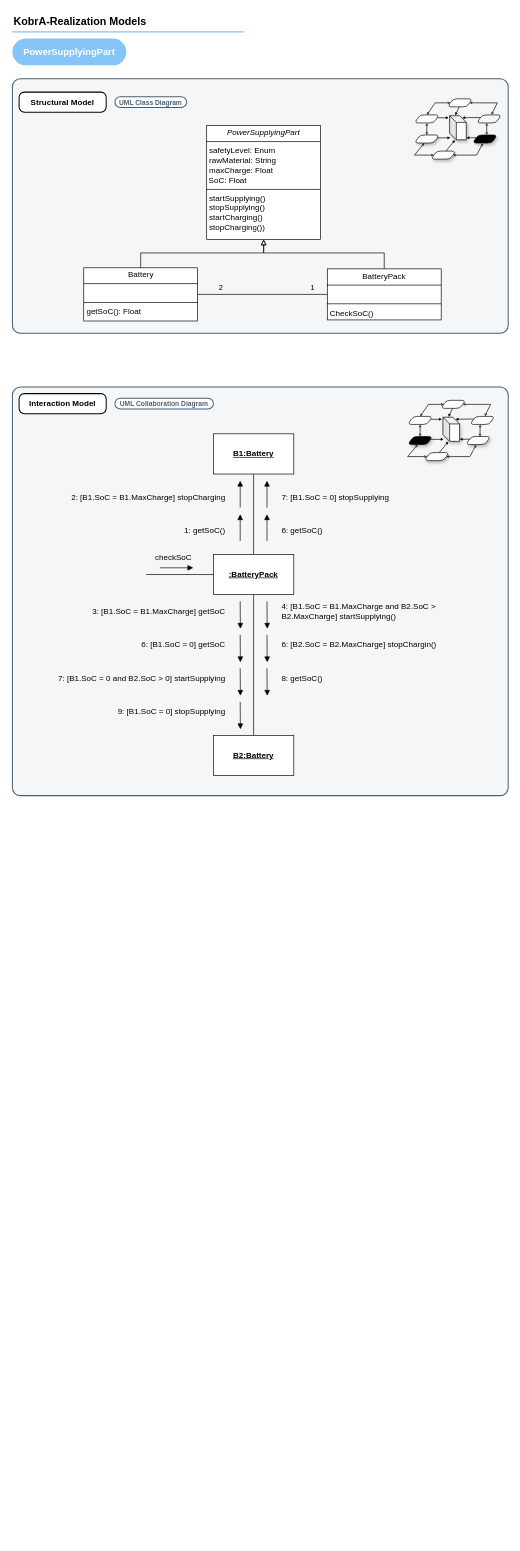
Before: KobrA-Realization-Models-PowerSupplyingPart-v3.drawio in Mohammad-Si/convide-A02-MVE, a draw.io diagram. Source tidied: cells renumbered, new cells numbered last; positions are measured from the earlier drawing's top-left corner, leaving out a move shared by most shapes. Both pictures are drawn from the tidied source at 67%, with x=0, y=0 at pixel (12, 11).
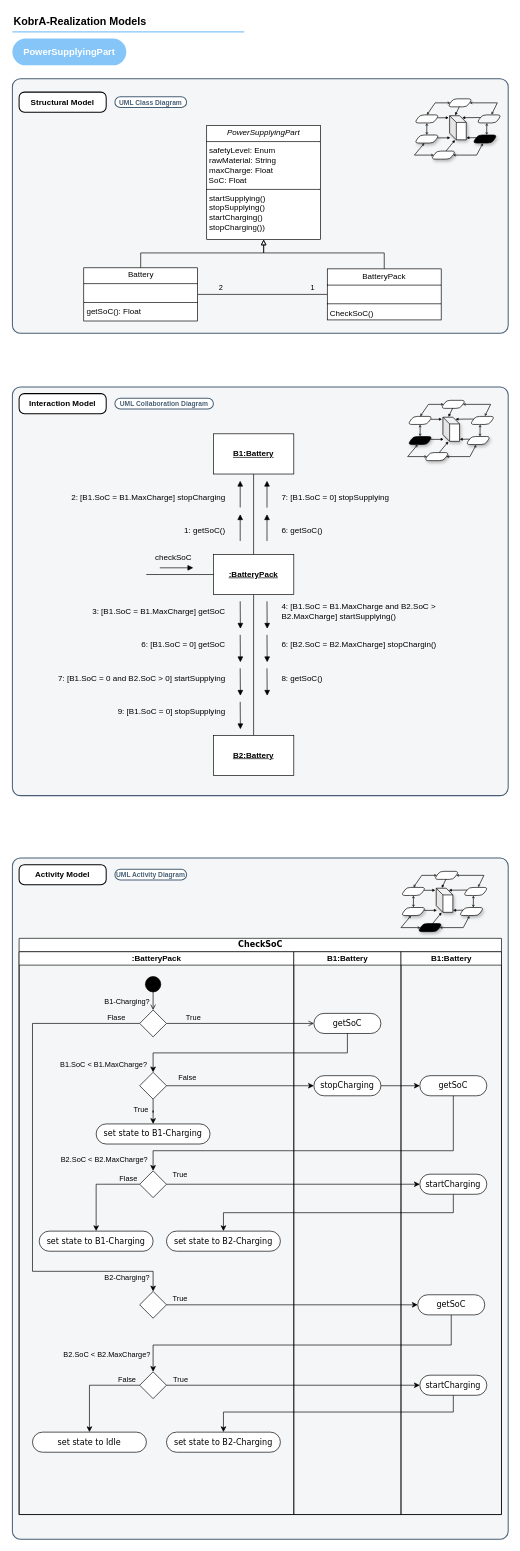
The same diagram, later.

What changed in the source:
```diff
@@
+    <mxCell id="93" style="rounded=1;whiteSpace=wrap;html=1;strokeColor=#475E75;fillColor=#F5F6F7;arcSize=24;absoluteArcSize=1;imageWidth=64;imageHeight=64;strokeWidth=1.5;" parent="1" vertex="1">
+      <mxGeometry y="1263" width="740" height="1017" as="geometry" />
+    </mxCell>
+    <mxCell id="94" value="&lt;b&gt;Activity Model&lt;/b&gt;" style="rounded=1;whiteSpace=wrap;html=1;strokeWidth=1.5;arcSize=16;perimeterSpacing=0;absoluteArcSize=1;" parent="1" vertex="1">
+      <mxGeometry x="10" y="1273" width="130" height="30" as="geometry" />
+    </mxCell>
+    <mxCell id="95" style="group;glass=0;shadow=0;fillColor=none;" parent="1" vertex="1">
+      <mxGeometry x="580" y="1283" width="130" height="90" as="geometry" />
+    </mxCell>
+    <mxCell id="96" style="shape=parallelogram;html=1;strokeWidth=1;perimeter=parallelogramPerimeter;whiteSpace=wrap;rounded=1;arcSize=12;size=0.23;shadow=0;" parent="95" vertex="1">
+      <mxGeometry x="92.9" y="24" width="37.1" height="12" as="geometry" />
+    </mxCell>
+    <mxCell id="97" style="shape=parallelogram;html=1;strokeWidth=1;perimeter=parallelogramPerimeter;whiteSpace=wrap;rounded=1;arcSize=12;size=0.23;shadow=0;" parent="95" vertex="1">
+      <mxGeometry x="49.5" width="37.1" height="12" as="geometry" />
+    </mxCell>
+    <mxCell id="98" style="shape=parallelogram;html=1;strokeWidth=1;perimeter=parallelogramPerimeter;whiteSpace=wrap;rounded=1;arcSize=12;size=0.23;shadow=0;" parent="95" vertex="1">
+      <mxGeometry y="24" width="37.1" height="12" as="geometry" />
+    </mxCell>
+    <mxCell id="99" style="edgeStyle=isometricEdgeStyle;endArrow=none;html=1;elbow=vertical;rounded=0;entryX=1;entryY=0.5;entryDx=0;entryDy=0;exitX=1;exitY=0.5;exitDx=0;exitDy=0;" parent="95" edge="1" source="97" target="97">
+      <mxGeometry relative="1" as="geometry" />
+    </mxCell>
+    <mxCell id="100" style="endArrow=open;html=1;rounded=0;endSize=2;entryX=1;entryY=0.5;entryDx=0;entryDy=0;exitX=0.598;exitY=-0.024;exitDx=0;exitDy=0;exitPerimeter=0;startArrow=open;startFill=0;endFill=0;startSize=2;" parent="95" edge="1" source="96" target="97">
+      <mxGeometry relative="1" as="geometry">
+        <Array as="points">
+          <mxPoint x="123.8" y="6" />
+        </Array>
+      </mxGeometry>
+    </mxCell>
+    <mxCell id="101" style="endArrow=open;html=1;rounded=0;endSize=2;entryX=0;entryY=0.5;entryDx=0;entryDy=0;exitX=0.5;exitY=0;exitDx=0;exitDy=0;strokeColor=default;align=center;verticalAlign=middle;fontFamily=Helvetica;fontSize=11;fontColor=default;labelBackgroundColor=default;startArrow=open;startFill=0;startSize=2;endFill=0;" parent="95" edge="1" source="98" target="97">
+      <mxGeometry relative="1" as="geometry">
+        <Array as="points">
+          <mxPoint x="31" y="6" />
+        </Array>
+      </mxGeometry>
+    </mxCell>
+    <mxCell id="102" style="shape=cube;whiteSpace=wrap;html=1;boundedLbl=1;backgroundOutline=1;darkOpacity=0.05;darkOpacity2=0.1;size=10;shadow=1;" parent="95" vertex="1">
+      <mxGeometry x="52.6" y="25.2" width="24.8" height="36" as="geometry" />
+    </mxCell>
+    <mxCell id="103" style="endArrow=block;html=1;rounded=0;exitX=0.475;exitY=0.969;exitDx=0;exitDy=0;exitPerimeter=0;entryX=0.332;entryY=-0.012;entryDx=0;entryDy=0;entryPerimeter=0;endSize=2;strokeColor=default;align=center;verticalAlign=middle;fontFamily=Helvetica;fontSize=11;fontColor=default;labelBackgroundColor=default;endFill=1;" parent="95" edge="1" source="97" target="102">
+      <mxGeometry relative="1" as="geometry" />
+    </mxCell>
+    <mxCell id="104" style="endArrow=block;html=1;rounded=0;exitX=0;exitY=0.25;exitDx=0;exitDy=0;entryX=0.753;entryY=0.083;entryDx=0;entryDy=0;entryPerimeter=0;endSize=2;strokeColor=default;align=center;verticalAlign=middle;fontFamily=Helvetica;fontSize=11;fontColor=default;labelBackgroundColor=default;endFill=1;" parent="95" edge="1" source="96" target="102">
+      <mxGeometry relative="1" as="geometry" />
+    </mxCell>
+    <mxCell id="105" style="endArrow=block;html=1;rounded=0;exitX=0.93;exitY=0.361;exitDx=0;exitDy=0;entryX=-0.052;entryY=0.085;entryDx=0;entryDy=0;entryPerimeter=0;endSize=2;exitPerimeter=0;endFill=1;" parent="95" edge="1" source="98" target="102">
+      <mxGeometry relative="1" as="geometry" />
+    </mxCell>
+    <mxCell id="106" style="shape=parallelogram;html=1;strokeWidth=1;perimeter=parallelogramPerimeter;whiteSpace=wrap;rounded=1;arcSize=12;size=0.23;shadow=1;" parent="95" vertex="1">
+      <mxGeometry x="86.7" y="54" width="37.1" height="12" as="geometry" />
+    </mxCell>
+    <mxCell id="107" style="shape=parallelogram;html=1;strokeWidth=1;perimeter=parallelogramPerimeter;whiteSpace=wrap;rounded=1;arcSize=12;size=0.23;shadow=1;strokeColor=#000000;fillColor=#000000;" parent="95" vertex="1">
+      <mxGeometry x="24.8" y="78" width="37.1" height="12" as="geometry" />
+    </mxCell>
+    <mxCell id="108" style="shape=parallelogram;html=1;strokeWidth=1;perimeter=parallelogramPerimeter;whiteSpace=wrap;rounded=1;arcSize=12;size=0.23;shadow=1;" parent="95" vertex="1">
+      <mxGeometry y="54" width="37.1" height="12" as="geometry" />
+    </mxCell>
+    <mxCell id="109" style="edgeStyle=isometricEdgeStyle;endArrow=none;html=1;elbow=vertical;rounded=0;entryX=1;entryY=0.5;entryDx=0;entryDy=0;exitX=1;exitY=0.5;exitDx=0;exitDy=0;" parent="95" edge="1" source="107" target="107">
+      <mxGeometry relative="1" as="geometry" />
+    </mxCell>
+    <mxCell id="110" style="endArrow=open;html=1;rounded=0;endSize=2;entryX=1;entryY=0.5;entryDx=0;entryDy=0;exitX=0.421;exitY=1.024;exitDx=0;exitDy=0;exitPerimeter=0;strokeColor=default;align=center;verticalAlign=middle;fontFamily=Helvetica;fontSize=11;fontColor=default;labelBackgroundColor=default;startArrow=open;startFill=0;startSize=2;endFill=0;" parent="95" edge="1" source="106" target="107">
+      <mxGeometry relative="1" as="geometry">
+        <Array as="points">
+          <mxPoint x="92.9" y="84" />
+        </Array>
+      </mxGeometry>
+    </mxCell>
+    <mxCell id="111" style="endArrow=open;html=1;rounded=0;endSize=2;entryX=0;entryY=0.5;entryDx=0;entryDy=0;exitX=0.405;exitY=1.002;exitDx=0;exitDy=0;exitPerimeter=0;strokeColor=default;align=center;verticalAlign=middle;fontFamily=Helvetica;fontSize=11;fontColor=default;labelBackgroundColor=default;startArrow=open;startFill=0;startSize=2;endFill=0;" parent="95" edge="1" source="108" target="107">
+      <mxGeometry relative="1" as="geometry">
+        <Array as="points">
+          <mxPoint y="84" />
+        </Array>
+      </mxGeometry>
+    </mxCell>
+    <mxCell id="112" style="endArrow=block;html=1;rounded=0;exitX=0.605;exitY=-0.013;exitDx=0;exitDy=0;exitPerimeter=0;entryX=0.326;entryY=1.008;entryDx=0;entryDy=0;entryPerimeter=0;endSize=2;strokeColor=default;align=center;verticalAlign=middle;fontFamily=Helvetica;fontSize=11;fontColor=default;labelBackgroundColor=default;endFill=1;" parent="95" edge="1" source="107" target="102">
+      <mxGeometry relative="1" as="geometry" />
+    </mxCell>
+    <mxCell id="113" style="endArrow=block;html=1;rounded=0;exitX=0;exitY=0.25;exitDx=0;exitDy=0;endSize=2;entryX=1.006;entryY=0.917;entryDx=0;entryDy=0;entryPerimeter=0;strokeColor=default;align=center;verticalAlign=middle;fontFamily=Helvetica;fontSize=11;fontColor=default;labelBackgroundColor=default;endFill=1;" parent="95" edge="1" source="106" target="102">
+      <mxGeometry relative="1" as="geometry" />
+    </mxCell>
+    <mxCell id="114" style="endArrow=block;html=1;rounded=0;exitX=0.93;exitY=0.361;exitDx=0;exitDy=0;entryX=0.047;entryY=0.917;entryDx=0;entryDy=0;entryPerimeter=0;endSize=2;exitPerimeter=0;strokeColor=default;align=center;verticalAlign=middle;fontFamily=Helvetica;fontSize=11;fontColor=default;labelBackgroundColor=default;endFill=1;" parent="95" edge="1" source="108" target="102">
+      <mxGeometry relative="1" as="geometry" />
+    </mxCell>
+    <mxCell id="115" style="endArrow=open;startArrow=open;html=1;rounded=0;entryX=0.5;entryY=1;entryDx=0;entryDy=0;exitX=0.5;exitY=0;exitDx=0;exitDy=0;endSize=2;startSize=2;startFill=0;endFill=0;" parent="95" edge="1" source="108" target="98">
+      <mxGeometry relative="1" as="geometry" />
+    </mxCell>
+    <mxCell id="116" style="endArrow=open;startArrow=open;html=1;rounded=0;entryX=0.409;entryY=0.996;entryDx=0;entryDy=0;exitX=0.572;exitY=0.009;exitDx=0;exitDy=0;endSize=2;startSize=2;startFill=0;endFill=0;entryPerimeter=0;exitPerimeter=0;" parent="95" edge="1" source="106" target="96">
+      <mxGeometry relative="1" as="geometry" />
+    </mxCell>
+    <mxCell id="117" value="&lt;font size=&quot;1&quot; color=&quot;#475f75&quot;&gt;&lt;b style=&quot;&quot;&gt;UML Activity Diagram&lt;/b&gt;&lt;/font&gt;" style="rounded=1;whiteSpace=wrap;html=1;arcSize=50;strokeColor=#475f75;fillColor=default;strokeWidth=1.5;" parent="1" vertex="1">
+      <mxGeometry x="153" y="1280" width="107" height="16" as="geometry" />
+    </mxCell>
+    <mxCell id="118" value="CheckSoC" style="swimlane;html=1;startSize=20;rounded=0;shadow=0;comic=0;labelBackgroundColor=none;strokeWidth=1;fontFamily=Verdana;fontSize=12;align=center;" parent="1" vertex="1">
+      <mxGeometry x="10" y="1383" width="720" height="860" as="geometry" />
+    </mxCell>
+    <mxCell id="119" value=":BatteryPack" style="swimlane;html=1;startSize=20;" parent="118" vertex="1">
+      <mxGeometry y="20" width="410" height="840" as="geometry" />
+    </mxCell>
+    <mxCell id="120" value="set state to B1-Charging" style="rounded=1;whiteSpace=wrap;html=1;shadow=0;comic=0;labelBackgroundColor=none;strokeWidth=1;fontFamily=Verdana;fontSize=12;align=center;arcSize=50;" parent="119" vertex="1">
+      <mxGeometry x="115" y="257" width="170" height="30" as="geometry" />
+    </mxCell>
+    <mxCell id="121" style="rhombus;whiteSpace=wrap;html=1;" parent="119" vertex="1">
+      <mxGeometry x="180" y="507" width="40" height="40" as="geometry" />
+    </mxCell>
+    <mxCell id="122" style="rhombus;whiteSpace=wrap;html=1;" parent="119" vertex="1">
+      <mxGeometry x="180" y="627" width="40" height="40" as="geometry" />
+    </mxCell>
+    <mxCell id="123" value="set state to B2-Charging" style="rounded=1;whiteSpace=wrap;html=1;shadow=0;comic=0;labelBackgroundColor=none;strokeWidth=1;fontFamily=Verdana;fontSize=12;align=center;arcSize=50;" parent="119" vertex="1">
+      <mxGeometry x="220" y="717" width="170" height="30" as="geometry" />
+    </mxCell>
+    <mxCell id="124" value="B1:Battery" style="swimlane;html=1;startSize=20;" parent="118" vertex="1">
+      <mxGeometry x="410" y="20" width="160" height="840" as="geometry" />
+    </mxCell>
+    <mxCell id="125" value="getSoC" style="rounded=1;whiteSpace=wrap;html=1;shadow=0;comic=0;labelBackgroundColor=none;strokeWidth=1;fontFamily=Verdana;fontSize=12;align=center;arcSize=50;" parent="124" vertex="1">
+      <mxGeometry x="30" y="92" width="100" height="30" as="geometry" />
+    </mxCell>
+    <mxCell id="126" value="B1:Battery" style="swimlane;html=1;startSize=20;" parent="118" vertex="1">
+      <mxGeometry x="570" y="20" width="150" height="840" as="geometry" />
+    </mxCell>
+    <mxCell id="127" value="getSoC" style="rounded=1;whiteSpace=wrap;html=1;shadow=0;comic=0;labelBackgroundColor=none;strokeWidth=1;fontFamily=Verdana;fontSize=12;align=center;arcSize=50;" parent="126" vertex="1">
+      <mxGeometry x="28.1" y="185" width="100" height="30" as="geometry" />
+    </mxCell>
+    <mxCell id="128" value="startCharging" style="rounded=1;whiteSpace=wrap;html=1;shadow=0;comic=0;labelBackgroundColor=none;strokeWidth=1;fontFamily=Verdana;fontSize=12;align=center;arcSize=50;" parent="126" vertex="1">
+      <mxGeometry x="28.1" y="632" width="100" height="30" as="geometry" />
+    </mxCell>
+    <mxCell id="129" style="edgeStyle=orthogonalEdgeStyle;rounded=0;jettySize=auto;html=1;entryX=0;entryY=0.5;entryDx=0;entryDy=0;" parent="118" edge="1" source="122" target="128">
+      <mxGeometry relative="1" as="geometry" />
+    </mxCell>
+    <mxCell id="130" value="True" style="edgeLabel;html=1;align=center;verticalAlign=middle;labelBackgroundColor=none;" parent="129" vertex="1">
+      <mxGeometry x="-0.79" relative="1" as="geometry">
+        <mxPoint x="-20" y="-10" as="offset" />
+      </mxGeometry>
+    </mxCell>
+    <mxCell id="131" style="edgeStyle=orthogonalEdgeStyle;rounded=0;jettySize=auto;html=1;entryX=0.5;entryY=0;entryDx=0;entryDy=0;" parent="118" edge="1" source="128" target="123">
+      <mxGeometry relative="1" as="geometry">
+        <Array as="points">
+          <mxPoint x="648" y="707" />
+          <mxPoint x="305" y="707" />
+        </Array>
+      </mxGeometry>
+    </mxCell>
+    <mxCell id="132" style="edgeStyle=orthogonalEdgeStyle;rounded=0;jettySize=auto;html=1;entryX=0;entryY=0.5;entryDx=0;entryDy=0;" parent="1" edge="1" source="133" target="127">
+      <mxGeometry relative="1" as="geometry" />
+    </mxCell>
+    <mxCell id="133" value="stopCharging" style="rounded=1;whiteSpace=wrap;html=1;shadow=0;comic=0;labelBackgroundColor=none;strokeWidth=1;fontFamily=Verdana;fontSize=12;align=center;arcSize=50;" parent="1" vertex="1">
+      <mxGeometry x="450" y="1588" width="100" height="30" as="geometry" />
+    </mxCell>
+    <mxCell id="134" style="edgeStyle=orthogonalEdgeStyle;rounded=0;jettySize=auto;html=1;entryX=0.5;entryY=0;entryDx=0;entryDy=0;endArrow=open;endFill=0;" parent="1" edge="1" source="136">
+      <mxGeometry relative="1" as="geometry">
+        <mxPoint x="210" y="1490" as="targetPoint" />
+      </mxGeometry>
+    </mxCell>
+    <mxCell id="135" value="B1-Charging?" style="edgeLabel;html=1;align=center;verticalAlign=middle;labelBackgroundColor=none;" parent="134" vertex="1">
+      <mxGeometry x="-0.05" relative="1" as="geometry">
+        <mxPoint x="-40" as="offset" />
+      </mxGeometry>
+    </mxCell>
+    <mxCell id="136" style="ellipse;whiteSpace=wrap;html=1;rounded=0;shadow=0;comic=0;labelBackgroundColor=none;strokeWidth=1;fillColor=#000000;fontFamily=Verdana;fontSize=12;align=center;" parent="1" vertex="1">
+      <mxGeometry x="198.5" y="1440" width="23" height="23" as="geometry" />
+    </mxCell>
+    <mxCell id="137" style="edgeStyle=orthogonalEdgeStyle;rounded=0;jettySize=auto;html=1;endArrow=open;endFill=0;" parent="1" edge="1" source="142" target="125">
+      <mxGeometry relative="1" as="geometry" />
+    </mxCell>
+    <mxCell id="138" value="True" style="edgeLabel;html=1;align=center;verticalAlign=middle;labelBackgroundColor=none;" parent="137" vertex="1">
+      <mxGeometry x="-0.66" y="-1" relative="1" as="geometry">
+        <mxPoint x="2" y="-11" as="offset" />
+      </mxGeometry>
+    </mxCell>
+    <mxCell id="139" style="edgeStyle=orthogonalEdgeStyle;rounded=0;jettySize=auto;html=1;entryX=0.5;entryY=0;entryDx=0;entryDy=0;" parent="1" edge="1" source="142" target="121">
+      <mxGeometry relative="1" as="geometry">
+        <Array as="points">
+          <mxPoint x="30" y="1510" />
+          <mxPoint x="30" y="1880" />
+          <mxPoint x="210" y="1880" />
+        </Array>
+      </mxGeometry>
+    </mxCell>
+    <mxCell id="140" value="Flase" style="edgeLabel;html=1;align=center;verticalAlign=middle;labelBackgroundColor=none;" parent="139" vertex="1">
+      <mxGeometry x="-0.88" y="1" relative="1" as="geometry">
+        <mxPoint x="8" y="-11" as="offset" />
+      </mxGeometry>
+    </mxCell>
+    <mxCell id="141" value="B2-Charging?" style="edgeLabel;html=1;align=center;verticalAlign=middle;labelBackgroundColor=none;" parent="139" vertex="1">
+      <mxGeometry x="0.94" relative="1" as="geometry">
+        <mxPoint x="-40" as="offset" />
+      </mxGeometry>
+    </mxCell>
+    <mxCell id="142" style="rhombus;whiteSpace=wrap;html=1;" parent="1" vertex="1">
+      <mxGeometry x="190" y="1490" width="40" height="40" as="geometry" />
+    </mxCell>
+    <mxCell id="143" style="edgeStyle=orthogonalEdgeStyle;rounded=0;jettySize=auto;html=1;entryX=0.5;entryY=0;entryDx=0;entryDy=0;" parent="1" edge="1" source="147" target="120">
+      <mxGeometry relative="1" as="geometry" />
+    </mxCell>
+    <mxCell id="144" value="True" style="edgeLabel;html=1;align=center;verticalAlign=middle;labelBackgroundColor=none;" parent="143" vertex="1">
+      <mxGeometry x="-0.31" relative="1" as="geometry">
+        <mxPoint x="-19" as="offset" />
+      </mxGeometry>
+    </mxCell>
+    <mxCell id="145" style="edgeStyle=orthogonalEdgeStyle;rounded=0;jettySize=auto;html=1;entryX=0;entryY=0.5;entryDx=0;entryDy=0;" parent="1" edge="1" source="147" target="133">
+      <mxGeometry relative="1" as="geometry" />
+    </mxCell>
+    <mxCell id="146" value="False" style="edgeLabel;html=1;align=center;verticalAlign=middle;labelBackgroundColor=none;" parent="145" vertex="1">
+      <mxGeometry x="-0.7" y="1" relative="1" as="geometry">
+        <mxPoint x="-3" y="-12" as="offset" />
+      </mxGeometry>
+    </mxCell>
+    <mxCell id="147" style="rhombus;whiteSpace=wrap;html=1;" parent="1" vertex="1">
+      <mxGeometry x="190" y="1583" width="40" height="40" as="geometry" />
+    </mxCell>
+    <mxCell id="148" style="edgeStyle=orthogonalEdgeStyle;rounded=0;jettySize=auto;html=1;entryX=0.5;entryY=0;entryDx=0;entryDy=0;exitX=0.5;exitY=1;exitDx=0;exitDy=0;" parent="1" edge="1" source="125" target="147">
+      <mxGeometry relative="1" as="geometry" />
+    </mxCell>
+    <mxCell id="149" value="&lt;span style=&quot;&quot;&gt;B1.SoC &amp;lt; B1.MaxCharge?&lt;/span&gt;" style="edgeLabel;html=1;align=center;verticalAlign=middle;labelBackgroundColor=none;" parent="148" vertex="1">
+      <mxGeometry x="0.05" y="1" relative="1" as="geometry">
+        <mxPoint x="-211" y="15" as="offset" />
+      </mxGeometry>
+    </mxCell>
+    <mxCell id="150" style="edgeStyle=orthogonalEdgeStyle;rounded=0;jettySize=auto;html=1;entryX=0;entryY=0.5;entryDx=0;entryDy=0;" parent="1" edge="1" source="154" target="158">
+      <mxGeometry relative="1" as="geometry" />
+    </mxCell>
+    <mxCell id="151" value="True" style="edgeLabel;html=1;align=center;verticalAlign=middle;labelBackgroundColor=none;" parent="150" vertex="1">
+      <mxGeometry x="-0.85" relative="1" as="geometry">
+        <mxPoint x="-9" y="-15" as="offset" />
+      </mxGeometry>
+    </mxCell>
+    <mxCell id="152" style="edgeStyle=orthogonalEdgeStyle;rounded=0;jettySize=auto;html=1;entryX=0.5;entryY=0;entryDx=0;entryDy=0;exitX=0;exitY=0.5;exitDx=0;exitDy=0;" parent="1" edge="1" source="154" target="159">
+      <mxGeometry relative="1" as="geometry" />
+    </mxCell>
+    <mxCell id="153" value="Flase" style="edgeLabel;html=1;align=center;verticalAlign=middle;labelBackgroundColor=none;" parent="152" vertex="1">
+      <mxGeometry x="-0.74" relative="1" as="geometry">
+        <mxPoint y="-10" as="offset" />
+      </mxGeometry>
+    </mxCell>
+    <mxCell id="154" style="rhombus;whiteSpace=wrap;html=1;" parent="1" vertex="1">
+      <mxGeometry x="190" y="1730" width="40" height="40" as="geometry" />
+    </mxCell>
+    <mxCell id="155" style="edgeStyle=orthogonalEdgeStyle;rounded=0;jettySize=auto;html=1;entryX=0.5;entryY=0;entryDx=0;entryDy=0;exitX=0.5;exitY=1;exitDx=0;exitDy=0;" parent="1" edge="1" source="127" target="154">
+      <mxGeometry relative="1" as="geometry">
+        <Array as="points">
+          <mxPoint x="658" y="1700" />
+          <mxPoint x="210" y="1700" />
+        </Array>
+      </mxGeometry>
+    </mxCell>
+    <mxCell id="156" value="B2.SoC &amp;lt; B2.MaxCharge?" style="edgeLabel;html=1;align=center;verticalAlign=middle;labelBackgroundColor=none;" parent="1" vertex="1">
+      <mxGeometry x="130" y="1710" as="geometry">
+        <mxPoint x="6" y="2" as="offset" />
+      </mxGeometry>
+    </mxCell>
+    <mxCell id="157" style="edgeStyle=orthogonalEdgeStyle;rounded=0;jettySize=auto;html=1;entryX=0.5;entryY=0;entryDx=0;entryDy=0;exitX=0.5;exitY=1;exitDx=0;exitDy=0;" parent="1" edge="1" source="158" target="160">
+      <mxGeometry relative="1" as="geometry" />
+    </mxCell>
+    <mxCell id="158" value="startCharging" style="rounded=1;whiteSpace=wrap;html=1;shadow=0;comic=0;labelBackgroundColor=none;strokeWidth=1;fontFamily=Verdana;fontSize=12;align=center;arcSize=50;" parent="1" vertex="1">
+      <mxGeometry x="608.1" y="1735" width="100" height="30" as="geometry" />
+    </mxCell>
+    <mxCell id="159" value="set state to B1-Charging" style="rounded=1;whiteSpace=wrap;html=1;shadow=0;comic=0;labelBackgroundColor=none;strokeWidth=1;fontFamily=Verdana;fontSize=12;align=center;arcSize=50;" parent="1" vertex="1">
+      <mxGeometry x="40" y="1820" width="170" height="30" as="geometry" />
+    </mxCell>
+    <mxCell id="160" value="set state to B2-Charging" style="rounded=1;whiteSpace=wrap;html=1;shadow=0;comic=0;labelBackgroundColor=none;strokeWidth=1;fontFamily=Verdana;fontSize=12;align=center;arcSize=50;" parent="1" vertex="1">
+      <mxGeometry x="230" y="1820" width="170" height="30" as="geometry" />
+    </mxCell>
+    <mxCell id="161" style="edgeStyle=orthogonalEdgeStyle;rounded=0;jettySize=auto;html=1;entryX=0.5;entryY=0;entryDx=0;entryDy=0;" parent="1" edge="1" source="163" target="122">
+      <mxGeometry relative="1" as="geometry">
+        <Array as="points">
+          <mxPoint x="655" y="1990" />
+          <mxPoint x="210" y="1990" />
+        </Array>
+      </mxGeometry>
+    </mxCell>
+    <mxCell id="162" value="B2.SoC &amp;lt; B2.MaxCharge?" style="edgeLabel;html=1;align=center;verticalAlign=middle;labelBackgroundColor=none;" parent="161" vertex="1">
+      <mxGeometry x="0.9" y="1" relative="1" as="geometry">
+        <mxPoint x="-71" as="offset" />
+      </mxGeometry>
+    </mxCell>
+    <mxCell id="163" value="getSoC" style="rounded=1;whiteSpace=wrap;html=1;shadow=0;comic=0;labelBackgroundColor=none;strokeWidth=1;fontFamily=Verdana;fontSize=12;align=center;arcSize=50;" parent="1" vertex="1">
+      <mxGeometry x="605" y="1915" width="100" height="30" as="geometry" />
+    </mxCell>
+    <mxCell id="164" style="edgeStyle=orthogonalEdgeStyle;rounded=0;jettySize=auto;html=1;entryX=0;entryY=0.5;entryDx=0;entryDy=0;" parent="1" edge="1" source="121" target="163">
+      <mxGeometry relative="1" as="geometry" />
+    </mxCell>
+    <mxCell id="165" value="True" style="edgeLabel;html=1;align=center;verticalAlign=middle;labelBackgroundColor=none;" parent="164" vertex="1">
+      <mxGeometry x="-0.86" y="-1" relative="1" as="geometry">
+        <mxPoint x="-7" y="-11" as="offset" />
+      </mxGeometry>
+    </mxCell>
+    <mxCell id="166" value="set state to Idle" style="rounded=1;whiteSpace=wrap;html=1;shadow=0;comic=0;labelBackgroundColor=none;strokeWidth=1;fontFamily=Verdana;fontSize=12;align=center;arcSize=50;" parent="1" vertex="1">
+      <mxGeometry x="30" y="2120" width="170" height="30" as="geometry" />
+    </mxCell>
+    <mxCell id="167" style="edgeStyle=orthogonalEdgeStyle;rounded=0;jettySize=auto;html=1;entryX=0.5;entryY=0;entryDx=0;entryDy=0;exitX=0;exitY=0.5;exitDx=0;exitDy=0;" parent="1" edge="1" source="122" target="166">
+      <mxGeometry relative="1" as="geometry" />
+    </mxCell>
+    <mxCell id="168" value="False" style="edgeLabel;html=1;align=center;verticalAlign=middle;labelBackgroundColor=none;" parent="167" vertex="1">
+      <mxGeometry x="-0.7" y="1" relative="1" as="geometry">
+        <mxPoint x="2" y="-11" as="offset" />
+      </mxGeometry>
+    </mxCell>
```
